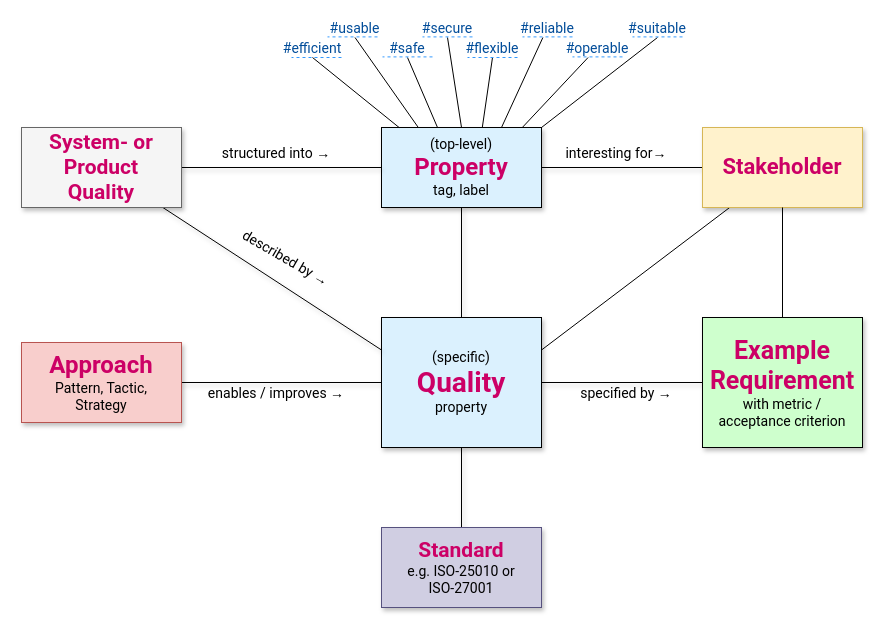
Earlier version of the draw.io diagram page "Q42 Meta Model" (1 of 4) of originals/metamodel/q42-metamodel.drawio (arc42/quality.arc42.org-site). Source tidied: cells renumbered, new cells numbered last; positions are measured from the earlier drawing's top-left corner, leaving out a move shared by most shapes. Both pictures are drawn from the tidied source at 100%, with x=0, y=0 at pixel (21, 17).
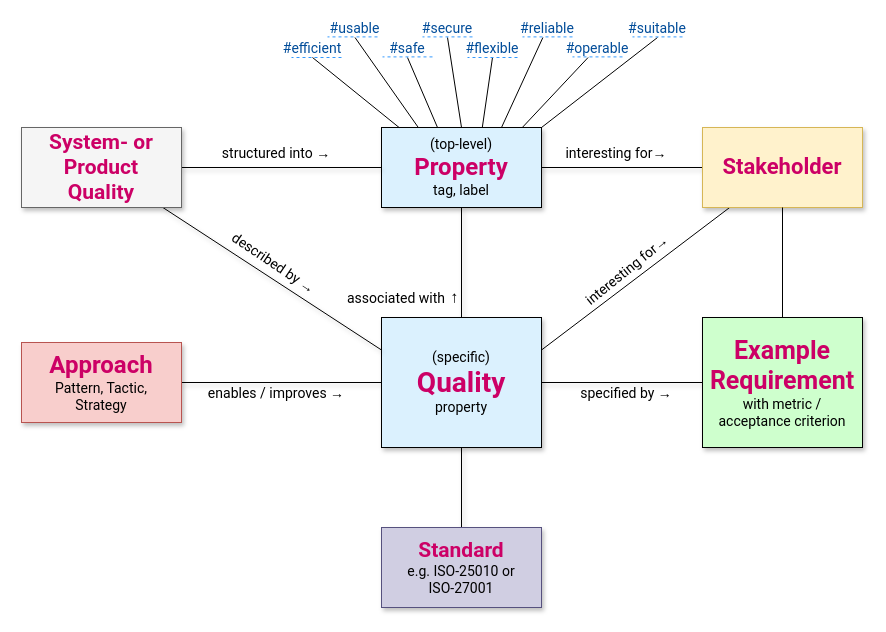
After the change.

Diff of the diagram source:
```diff
@@
-    <mxCell id="20" value="&lt;p class=&quot;p1&quot; style=&quot;margin: 0px; font-variant-numeric: normal; font-variant-east-asian: normal; font-variant-alternates: normal; font-size-adjust: none; font-kerning: auto; font-optical-sizing: auto; font-feature-settings: normal; font-variation-settings: normal; font-variant-position: normal; font-variant-emoji: normal; font-stretch: normal; line-height: normal;&quot;&gt;&lt;font style=&quot;font-size: 14px;&quot;&gt;described by →&lt;/font&gt;&lt;/p&gt;" style="text;html=1;align=center;verticalAlign=middle;whiteSpace=wrap;rounded=0;fontFamily=Roboto;rotation=30;" parent="1" vertex="1">
-      <mxGeometry x="200" y="230" width="130" height="20" as="geometry" />
+    <mxCell id="20" value="&lt;p class=&quot;p1&quot; style=&quot;margin: 0px; font-variant-numeric: normal; font-variant-east-asian: normal; font-variant-alternates: normal; font-size-adjust: none; font-kerning: auto; font-optical-sizing: auto; font-feature-settings: normal; font-variation-settings: normal; font-variant-position: normal; font-variant-emoji: normal; font-stretch: normal; line-height: normal;&quot;&gt;&lt;font style=&quot;font-size: 14px;&quot;&gt;described by →&lt;/font&gt;&lt;/p&gt;" style="text;html=1;align=center;verticalAlign=middle;whiteSpace=wrap;rounded=0;fontFamily=Roboto;rotation=34;" parent="1" vertex="1">
+      <mxGeometry x="188" y="235" width="130" height="20" as="geometry" />
     </mxCell>
@@
+    <mxCell id="47" style="group;" parent="1" vertex="1">
+      <mxGeometry x="310" y="270" width="130" height="21" as="geometry" />
+    </mxCell>
+    <mxCell id="48" value="&lt;p class=&quot;p1&quot; style=&quot;margin: 0px; font-variant-numeric: normal; font-variant-east-asian: normal; font-variant-alternates: normal; font-size-adjust: none; font-kerning: auto; font-optical-sizing: auto; font-feature-settings: normal; font-variation-settings: normal; font-variant-position: normal; font-variant-emoji: normal; font-stretch: normal; line-height: normal;&quot;&gt;&lt;font style=&quot;font-size: 14px;&quot;&gt;associated with&lt;/font&gt;&lt;/p&gt;" style="text;html=1;align=center;verticalAlign=middle;whiteSpace=wrap;rounded=0;fontFamily=Roboto;rotation=0;" parent="47" vertex="1">
+      <mxGeometry width="130" height="20" as="geometry" />
+    </mxCell>
+    <mxCell id="49" value="&lt;p class=&quot;p1&quot; style=&quot;margin: 0px; font-variant-numeric: normal; font-variant-east-asian: normal; font-variant-alternates: normal; font-size-adjust: none; font-kerning: auto; font-optical-sizing: auto; font-feature-settings: normal; font-variation-settings: normal; font-variant-position: normal; font-variant-emoji: normal; font-stretch: normal; line-height: normal;&quot;&gt;&lt;font&gt;→&lt;/font&gt;&lt;/p&gt;" style="text;html=1;align=center;verticalAlign=middle;whiteSpace=wrap;rounded=0;fontFamily=Roboto;rotation=-90;fontSize=16;" parent="47" vertex="1">
+      <mxGeometry x="110" y="1" width="20" height="20" as="geometry" />
+    </mxCell>
+    <mxCell id="50" value="&lt;p class=&quot;p1&quot; style=&quot;margin: 0px; font-variant-numeric: normal; font-variant-east-asian: normal; font-variant-alternates: normal; font-size-adjust: none; font-kerning: auto; font-optical-sizing: auto; font-feature-settings: normal; font-variation-settings: normal; font-variant-position: normal; font-variant-emoji: normal; font-stretch: normal; line-height: normal;&quot;&gt;&lt;font style=&quot;font-size: 14px;&quot;&gt;interesting for→&lt;/font&gt;&lt;/p&gt;" style="text;html=1;align=center;verticalAlign=middle;whiteSpace=wrap;rounded=0;fontFamily=Roboto;rotation=321;" parent="1" vertex="1">
+      <mxGeometry x="540" y="237" width="130" height="30" as="geometry" />
+    </mxCell>
```
